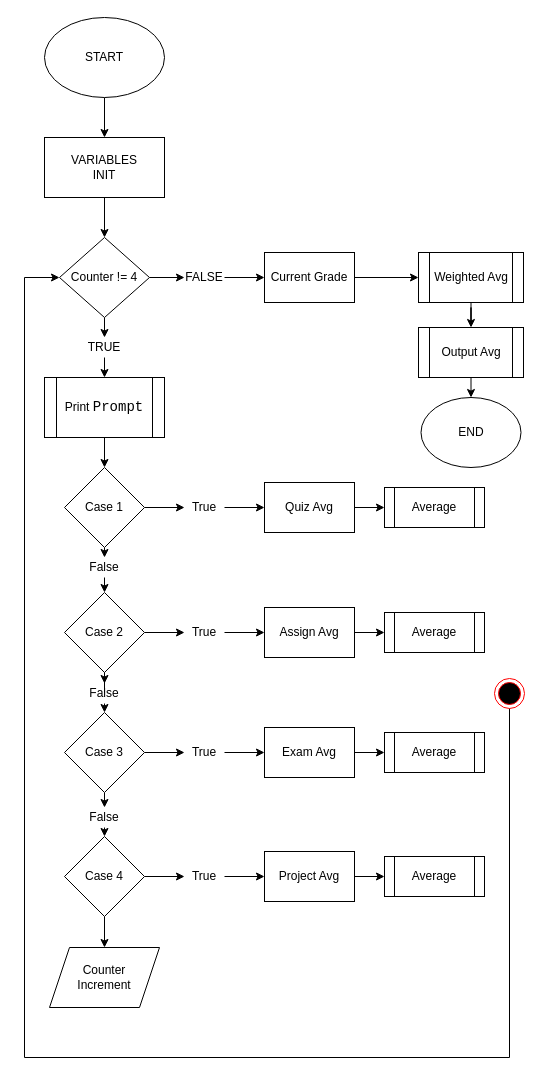
Earlier version of the draw.io diagram Layouts/Project 4.drawio (Sukhvsin2/CS-155-Projects). Source tidied: cells renumbered, new cells numbered last; positions are measured from the earlier drawing's top-left corner, leaving out a move shared by most shapes. Both pictures are drawn from the tidied source at 100%, with x=0, y=0 at pixel (24, 17).
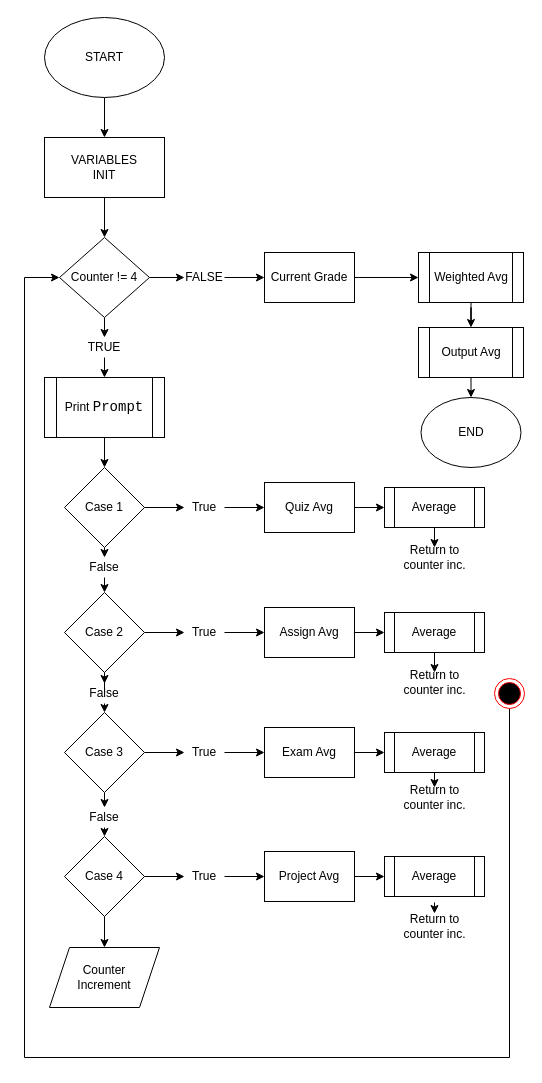
The same page after the edit.

Commit message:
Counter inc. statements added

Unchanged cells that the change refers to:
```xml
<mxCell id="19" value="Average" style="shape=process;whiteSpace=wrap;html=1;backgroundOutline=1;" parent="1" vertex="1">
  <mxGeometry x="360" y="470" width="100" height="40" as="geometry" />
</mxCell>
<mxCell id="32" value="Average" style="shape=process;whiteSpace=wrap;html=1;backgroundOutline=1;" parent="1" vertex="1">
  <mxGeometry x="360" y="595" width="100" height="40" as="geometry" />
</mxCell>
<mxCell id="42" value="Average" style="shape=process;whiteSpace=wrap;html=1;backgroundOutline=1;" parent="1" vertex="1">
  <mxGeometry x="360" y="715" width="100" height="40" as="geometry" />
</mxCell>
```

Change to the diagram source:
```diff
@@
+    <mxCell id="63" style="edgeStyle=orthogonalEdgeStyle;rounded=0;jettySize=auto;html=1;exitX=0.5;exitY=1;exitDx=0;exitDy=0;entryX=0.5;entryY=0;entryDx=0;entryDy=0;" parent="1" edge="1" source="19" target="67">
+      <mxGeometry relative="1" as="geometry" />
+    </mxCell>
@@
+    <mxCell id="64" style="edgeStyle=orthogonalEdgeStyle;rounded=0;jettySize=auto;html=1;exitX=0.5;exitY=1;exitDx=0;exitDy=0;entryX=0.5;entryY=0;entryDx=0;entryDy=0;" parent="1" edge="1" source="32" target="68">
+      <mxGeometry relative="1" as="geometry" />
+    </mxCell>
@@
+    <mxCell id="65" style="edgeStyle=orthogonalEdgeStyle;rounded=0;jettySize=auto;html=1;exitX=0.5;exitY=1;exitDx=0;exitDy=0;entryX=0.5;entryY=0;entryDx=0;entryDy=0;" parent="1" edge="1" source="42" target="69">
+      <mxGeometry relative="1" as="geometry" />
+    </mxCell>
@@
+    <mxCell id="66" style="edgeStyle=orthogonalEdgeStyle;rounded=0;orthogonalLoop=1;jettySize=auto;html=1;exitX=0.5;exitY=1;exitDx=0;exitDy=0;" parent="1" edge="1">
+      <mxGeometry relative="1" as="geometry">
+        <mxPoint x="410" y="885" as="sourcePoint" />
+        <mxPoint x="410" y="896" as="targetPoint" />
+      </mxGeometry>
+    </mxCell>
@@
+    <mxCell id="67" value="Return to counter inc." style="text;html=1;strokeColor=none;fillColor=none;align=center;verticalAlign=middle;whiteSpace=wrap;rounded=0;" parent="1" vertex="1">
+      <mxGeometry x="363.5" y="530" width="93" height="20" as="geometry" />
+    </mxCell>
+    <mxCell id="68" value="Return to counter inc." style="text;html=1;strokeColor=none;fillColor=none;align=center;verticalAlign=middle;whiteSpace=wrap;rounded=0;" parent="1" vertex="1">
+      <mxGeometry x="363.5" y="655" width="93" height="20" as="geometry" />
+    </mxCell>
+    <mxCell id="69" value="Return to counter inc." style="text;html=1;strokeColor=none;fillColor=none;align=center;verticalAlign=middle;whiteSpace=wrap;rounded=0;" parent="1" vertex="1">
+      <mxGeometry x="363.5" y="770" width="93" height="20" as="geometry" />
+    </mxCell>
+    <mxCell id="70" value="Return to counter inc." style="text;html=1;strokeColor=none;fillColor=none;align=center;verticalAlign=middle;whiteSpace=wrap;rounded=0;" parent="1" vertex="1">
+      <mxGeometry x="363.5" y="899" width="93" height="20" as="geometry" />
+    </mxCell>
```
